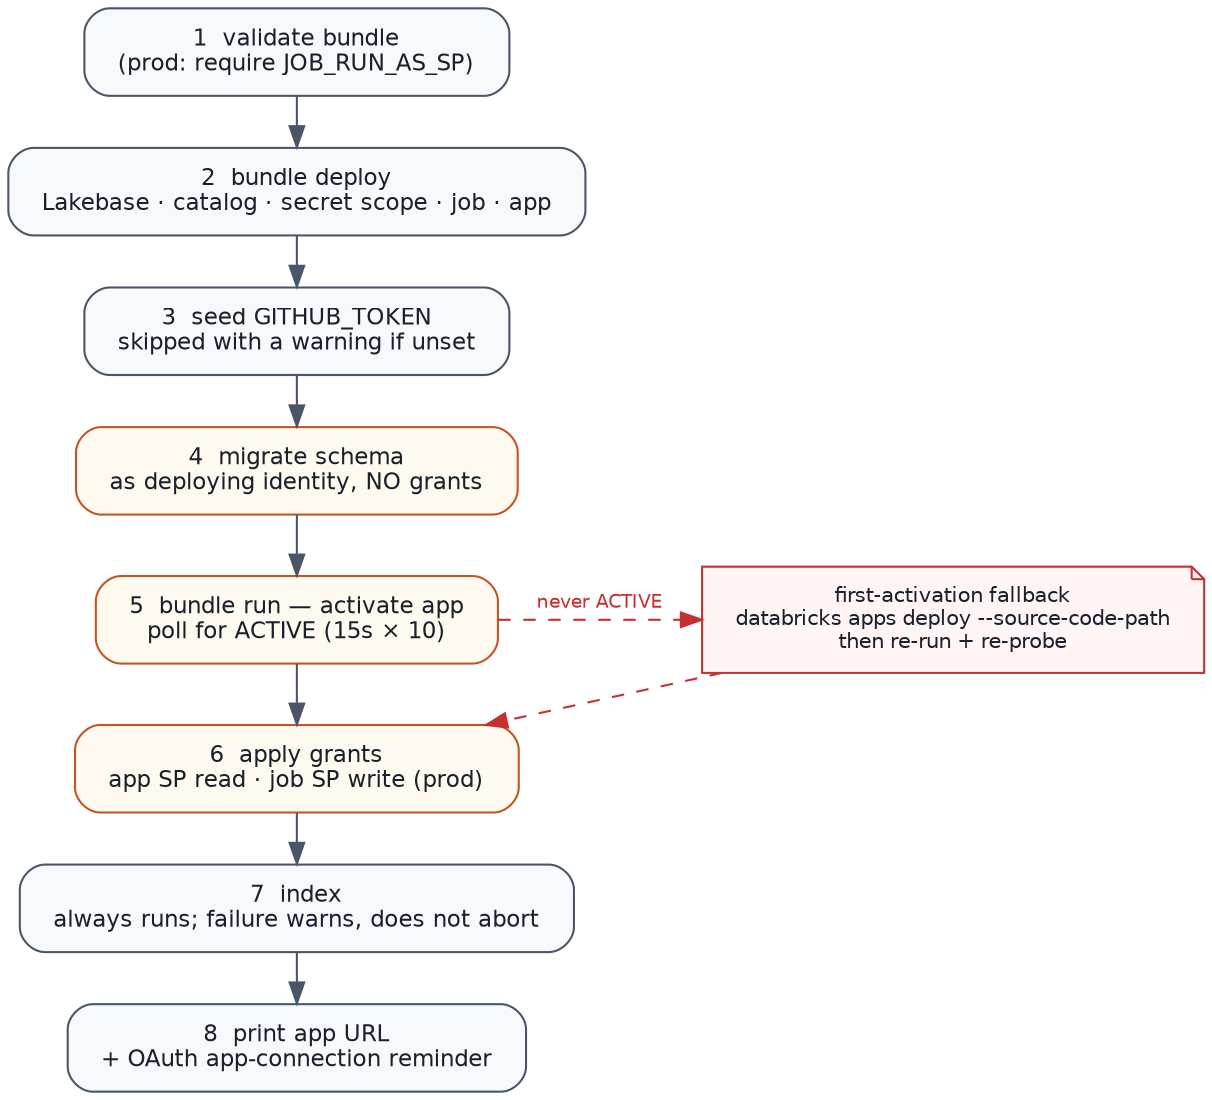
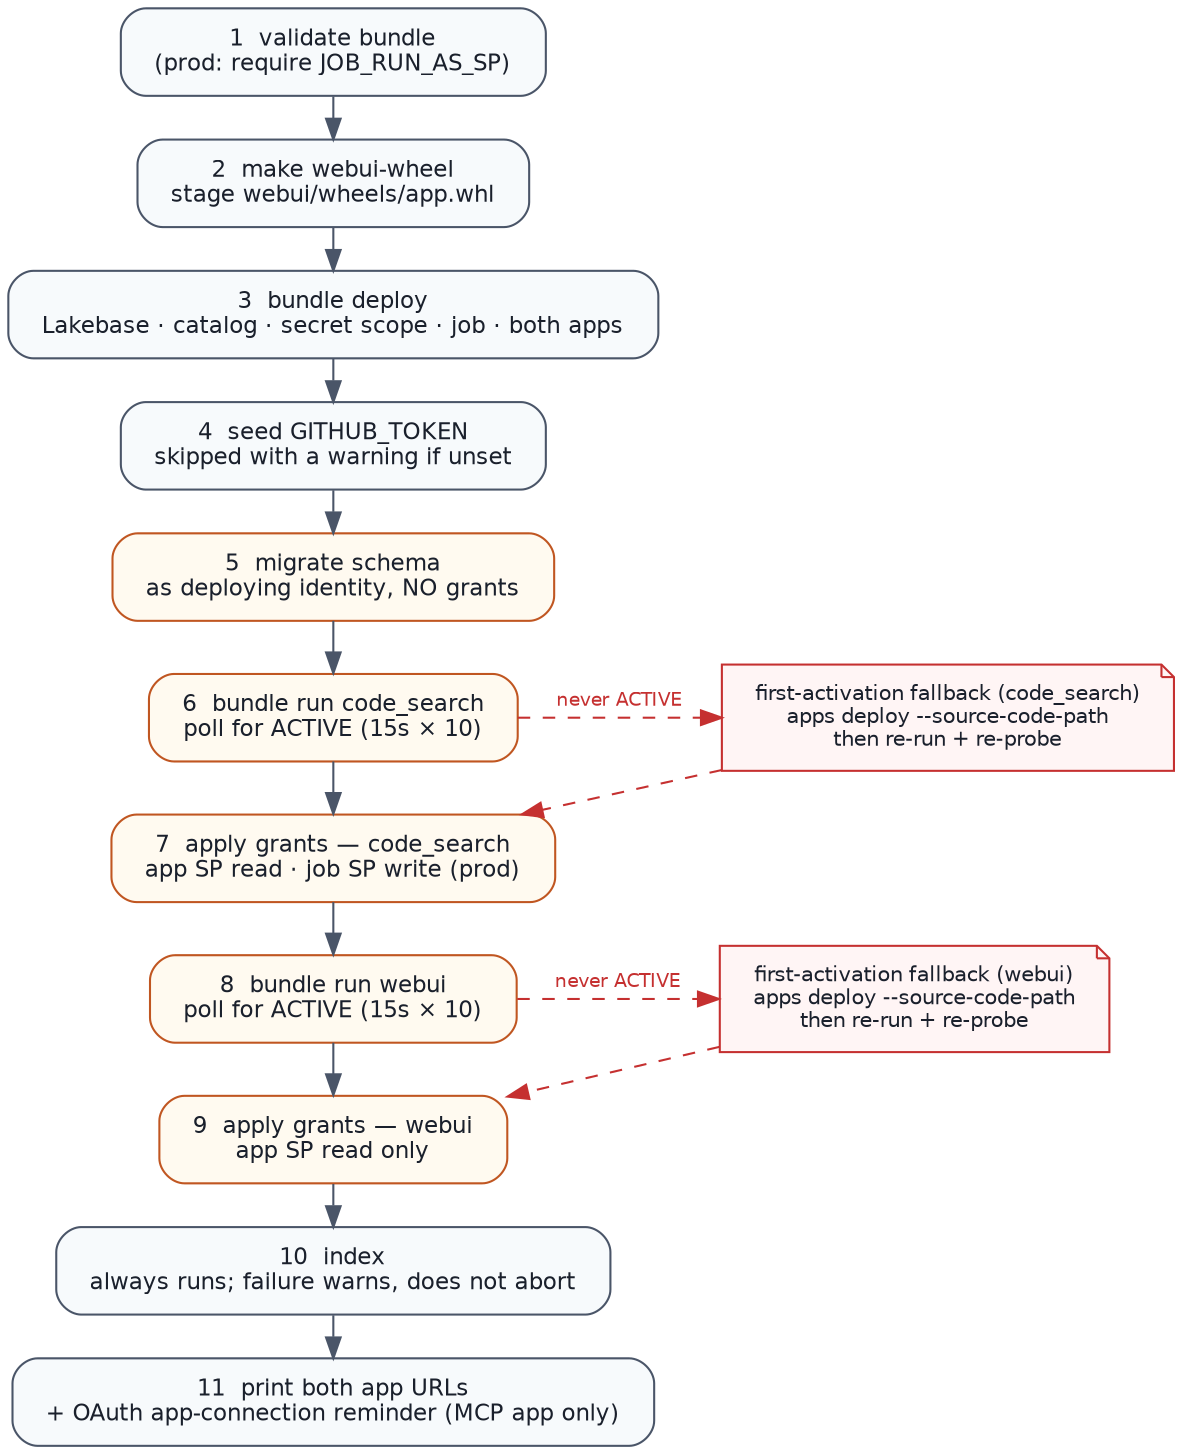
- // The 8 steps of `scripts/deploy.sh full`, and why 4 and 6 are split.
+ // The 11 steps of `scripts/deploy.sh full` (issue #35 added steps 2, 8, 9 for the second
+ // app, webui), and why 5/7 and 8/9 are each split.
// Regenerate with `make diagrams` (do not hand-edit the PNG).
digraph deploy {
  rankdir=TB;
  bgcolor="white";
  nodesep=0.35;
-   ranksep=0.32;
+   ranksep=0.28;

  node [shape=box, style="rounded,filled", fontname="Helvetica", fontsize=11,
        color="#4a5568", fillcolor="#f7fafc", fontcolor="#1a202c", margin="0.22,0.12"];
  edge [fontname="Helvetica", fontsize=9, color="#4a5568", fontcolor="#2d3748"];

  s1 [label="1  validate bundle\n(prod: require JOB_RUN_AS_SP)"];
-   s2 [label="2  bundle deploy\nLakebase · catalog · secret scope · job · app"];
-   s3 [label="3  seed GITHUB_TOKEN\nskipped with a warning if unset"];
-   s4 [label="4  migrate schema\nas deploying identity, NO grants",
+   s2 [label="2  make webui-wheel\nstage webui/wheels/app.whl"];
+   s3 [label="3  bundle deploy\nLakebase · catalog · secret scope · job · both apps"];
+   s4 [label="4  seed GITHUB_TOKEN\nskipped with a warning if unset"];
+   s5 [label="5  migrate schema\nas deploying identity, NO grants",
      fillcolor="#fffaf0", color="#c05621"];
-   s5 [label="5  bundle run — activate app\npoll for ACTIVE (15s × 10)",
+   s6 [label="6  bundle run code_search\npoll for ACTIVE (15s × 10)",
      fillcolor="#fffaf0", color="#c05621"];
-   s6 [label="6  apply grants\napp SP read · job SP write (prod)",
+   s7 [label="7  apply grants — code_search\napp SP read · job SP write (prod)",
      fillcolor="#fffaf0", color="#c05621"];
-   s7 [label="7  index\nalways runs; failure warns, does not abort"];
-   s8 [label="8  print app URL\n+ OAuth app-connection reminder"];
+   s8 [label="8  bundle run webui\npoll for ACTIVE (15s × 10)",
+       fillcolor="#fffaf0", color="#c05621"];
+   s9 [label="9  apply grants — webui\napp SP read only",
+       fillcolor="#fffaf0", color="#c05621"];
+   s10 [label="10  index\nalways runs; failure warns, does not abort"];
+   s11 [label="11  print both app URLs\n+ OAuth app-connection reminder (MCP app only)"];

-   fallback [label="first-activation fallback\ndatabricks apps deploy --source-code-path\nthen re-run + re-probe",
+   fallback1 [label="first-activation fallback (code_search)\napps deploy --source-code-path\nthen re-run + re-probe",
+             shape=note, fillcolor="#fff5f5", color="#c53030", fontsize=10];
+   fallback2 [label="first-activation fallback (webui)\napps deploy --source-code-path\nthen re-run + re-probe",
            shape=note, fillcolor="#fff5f5", color="#c53030", fontsize=10];

-   // weight pins steps 1-8 to a straight spine so the fallback branch pulls off to
+   // weight pins steps 1-11 to a straight spine so the fallback branches pull off to
  // the side instead of bending the main path.
-   s1 -> s2 -> s3 -> s4 -> s5 -> s6 -> s7 -> s8 [weight=100];
-   s5 -> fallback [label="  never ACTIVE  ", style=dashed, color="#c53030", fontcolor="#c53030"];
-   fallback -> s6 [style=dashed, color="#c53030"];
+   s1 -> s2 -> s3 -> s4 -> s5 -> s6 -> s7 -> s8 -> s9 -> s10 -> s11 [weight=100];
+   s6 -> fallback1 [label="  never ACTIVE  ", style=dashed, color="#c53030", fontcolor="#c53030"];
+   fallback1 -> s7 [style=dashed, color="#c53030"];
+   s8 -> fallback2 [label="  never ACTIVE  ", style=dashed, color="#c53030", fontcolor="#c53030"];
+   fallback2 -> s9 [style=dashed, color="#c53030"];

-   { rank=same; s5; fallback; }
+   { rank=same; s6; fallback1; }
+   { rank=same; s8; fallback2; }
}
